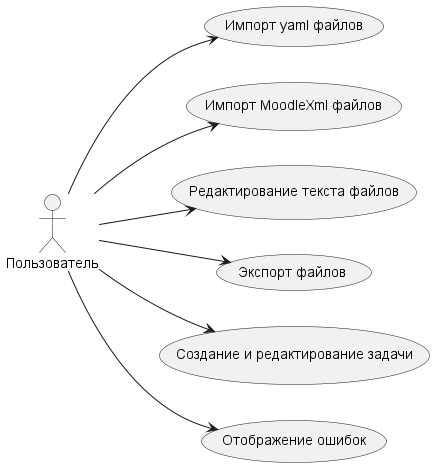
PavelPutin/simplecode keeps this PlantUML diagram as documentation/diagrams/out/Диаграмма вариантов использования/Диаграмма вариантов использования.png. Above is the earlier version.
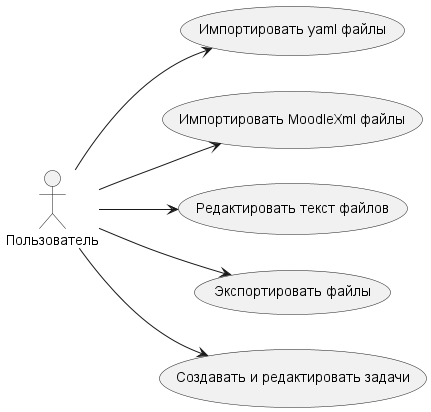
Later version of the same file.

Commit message:
fix: fix deploy and use-cases diagrams

The edit, as a diff of the source:
```diff
@@ -4,11 +4,10 @@
 
 actor Пользователь as u
 
-u --> (Импорт yaml файлов)
-u --> (Импорт MoodleXml файлов)
-u --> (Редактирование текста файлов)
-u --> (Экспорт файлов)
-u --> (Создание и редактирование задачи)
-u --> (Отображение ошибок)
+u --> (Импортировать yaml файлы)
+u --> (Импортировать MoodleXml файлы)
+u --> (Редактировать текст файлов)
+u --> (Экспортировать файлы)
+u --> (Создавать и редактировать задачи)
 
 @enduml
```
